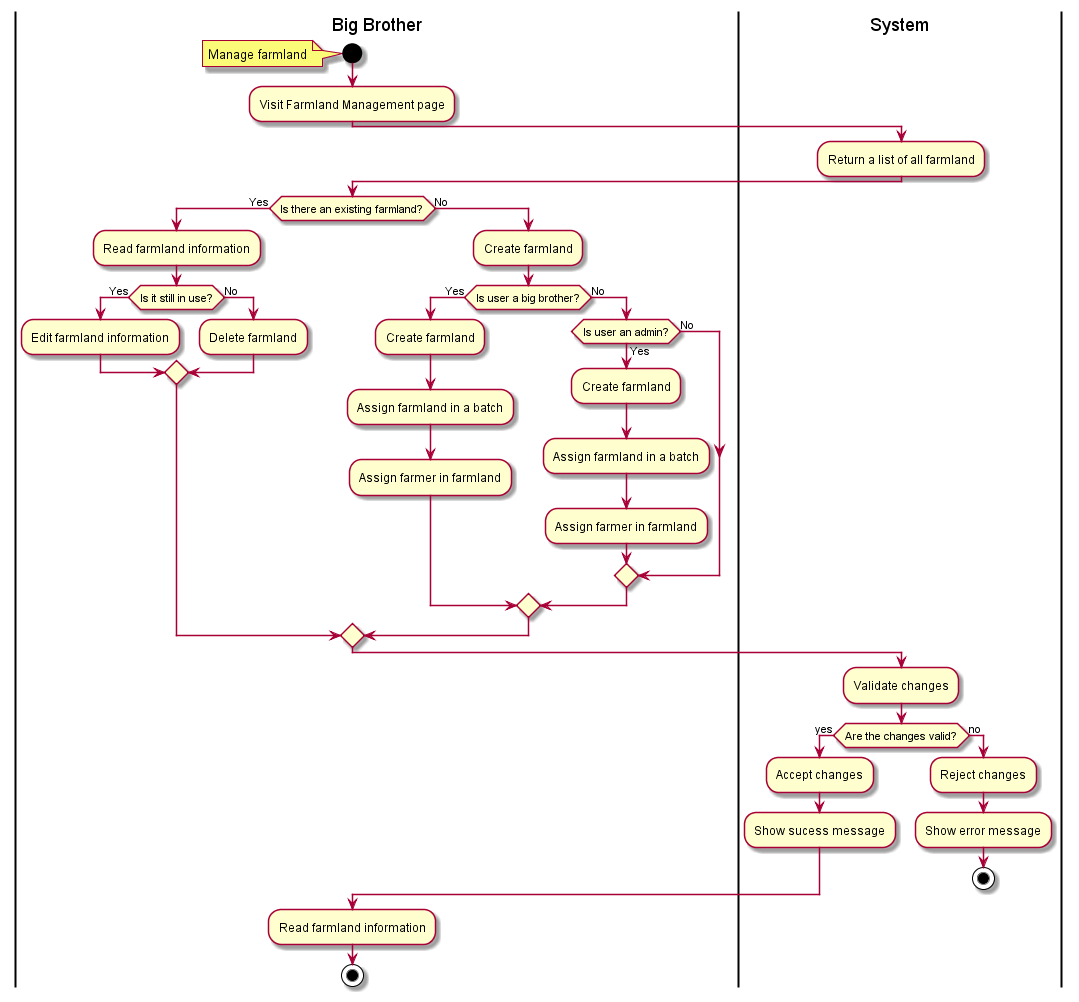
Above: out/plantuml/proposed/activity/manage-farmland/manage-farmland.png in radical-doubting/anikultura-diagrams (PlantUML), before the change.
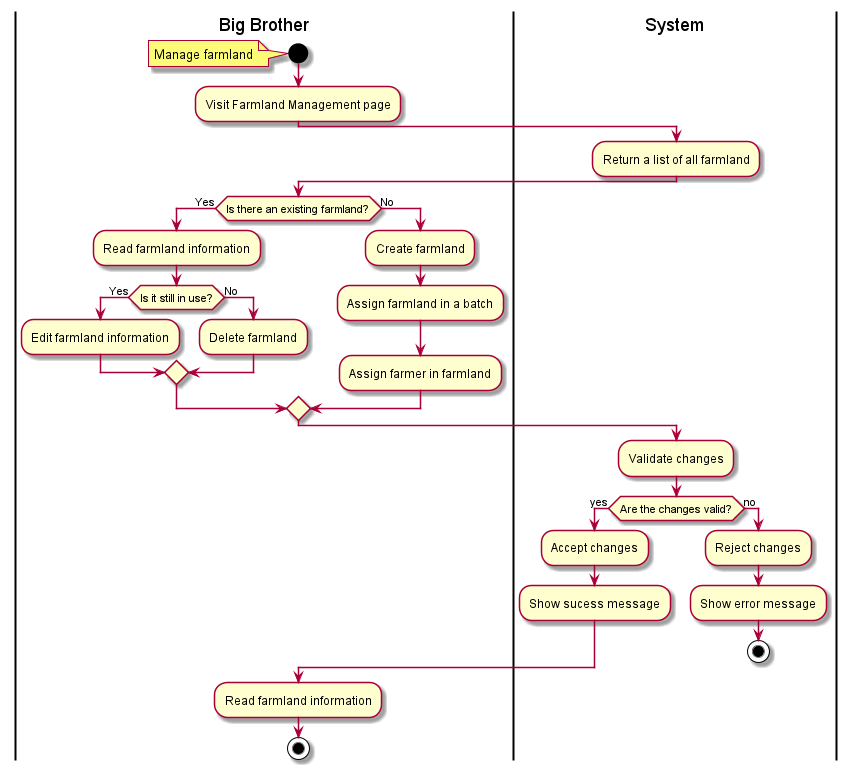
Later version of the same file.

What changed in the source:
```diff
@@ -19,19 +19,8 @@
     endif
 else (No)
     :Create farmland;
-
-    if (Is user a big brother?) then (Yes)
-        :Create farmland;
-        :Assign farmland in a batch;
-        :Assign farmer in farmland;
-    else (No)
-        if (Is user an admin?) then (Yes)
-            :Create farmland;
-            :Assign farmland in a batch;
-            :Assign farmer in farmland;
-        else (No)
-        endif
-    endif
+    :Assign farmland in a batch;
+    :Assign farmer in farmland;
 endif
 
 |System|
```
